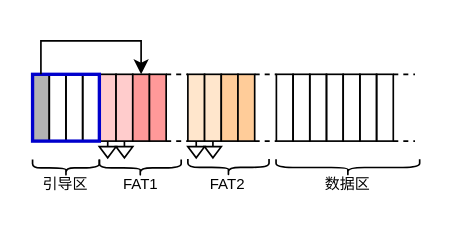
This is exp_5/assets/disk.drawio from CSharperMantle/hdu2026_os_exp, a draw.io file, before an edit. Source tidied: cells renumbered, new cells numbered last; positions are measured from the earlier drawing's top-left corner, leaving out a move shared by most shapes. Both pictures are drawn from the tidied source at 167%, with x=0, y=0 at pixel (32, 40).
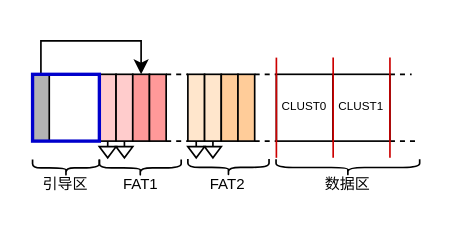
After the change.

Commit message (it also covers changes not shown here):
exp_5: Update report figures and wording

The change refers to these unchanged cells:
```xml
<mxCell id="2" style="rounded=0;whiteSpace=wrap;html=1;fillColor=#B3B3B3;strokeColor=#000000;" parent="1" vertex="1">
  <mxGeometry y="20" width="10" height="40" as="geometry" />
</mxCell>
<mxCell id="6" style="rounded=0;whiteSpace=wrap;html=1;fillColor=#FFCCCC;strokeColor=#000000;" parent="1" vertex="1">
  <mxGeometry x="40" y="20" width="10" height="40" as="geometry" />
</mxCell>
```

Diff of the diagram source:
```diff
@@
-    <mxCell id="3" style="rounded=0;whiteSpace=wrap;html=1;fillColor=none;strokeColor=#000000;" parent="1" vertex="1">
-      <mxGeometry x="10" y="20" width="10" height="40" as="geometry" />
-    </mxCell>
-    <mxCell id="4" style="rounded=0;whiteSpace=wrap;html=1;fillColor=none;strokeColor=#000000;" parent="1" vertex="1">
-      <mxGeometry x="20" y="20" width="10" height="40" as="geometry" />
-    </mxCell>
-    <mxCell id="5" style="rounded=0;whiteSpace=wrap;html=1;fillColor=none;strokeColor=#000000;" parent="1" vertex="1">
-      <mxGeometry x="30" y="20" width="10" height="40" as="geometry" />
-    </mxCell>
@@
-    <mxCell id="14" style="rounded=0;whiteSpace=wrap;html=1;fillColor=none;strokeColor=#000000;" parent="1" vertex="1">
-      <mxGeometry x="146" y="20" width="10" height="40" as="geometry" />
+    <mxCell id="14" value="CLUST0" style="rounded=0;whiteSpace=wrap;html=1;fillColor=none;strokeColor=#000000;fontSize=7;" parent="1" vertex="1">
+      <mxGeometry x="146" y="20" width="34" height="40" as="geometry" />
     </mxCell>
-    <mxCell id="15" style="rounded=0;whiteSpace=wrap;html=1;fillColor=none;strokeColor=#000000;" parent="1" vertex="1">
-      <mxGeometry x="156" y="20" width="10" height="40" as="geometry" />
-    </mxCell>
-    <mxCell id="16" style="rounded=0;whiteSpace=wrap;html=1;fillColor=none;strokeColor=#000000;" parent="1" vertex="1">
-      <mxGeometry x="166" y="20" width="10" height="40" as="geometry" />
-    </mxCell>
-    <mxCell id="17" style="rounded=0;whiteSpace=wrap;html=1;fillColor=none;strokeColor=#000000;" parent="1" vertex="1">
-      <mxGeometry x="176" y="20" width="10" height="40" as="geometry" />
-    </mxCell>
-    <mxCell id="18" style="rounded=0;whiteSpace=wrap;html=1;fillColor=none;strokeColor=#000000;" parent="1" vertex="1">
-      <mxGeometry x="186" y="20" width="10" height="40" as="geometry" />
-    </mxCell>
-    <mxCell id="19" style="rounded=0;whiteSpace=wrap;html=1;fillColor=none;strokeColor=#000000;" parent="1" vertex="1">
-      <mxGeometry x="196" y="20" width="10" height="40" as="geometry" />
-    </mxCell>
-    <mxCell id="20" style="rounded=0;whiteSpace=wrap;html=1;fillColor=none;strokeColor=#000000;" parent="1" vertex="1">
-      <mxGeometry x="206" y="20" width="10" height="40" as="geometry" />
-    </mxCell>
-    <mxCell id="21" style="rounded=0;whiteSpace=wrap;html=1;fillColor=none;strokeColor=#0000CC;strokeWidth=2;" parent="1" vertex="1">
-      <mxGeometry y="20" width="40" height="40" as="geometry" />
-    </mxCell>
@@
-    <mxCell id="39" style="endArrow=none;html=1;rounded=0;exitX=1;exitY=0;exitDx=0;exitDy=0;entryX=0;entryY=0;entryDx=0;entryDy=0;dashed=1;" parent="1" edge="1">
+    <mxCell id="39" style="endArrow=none;html=1;rounded=0;exitX=1;exitY=0;exitDx=0;exitDy=0;entryX=0;entryY=0;entryDx=0;entryDy=0;dashed=1;" parent="1" edge="1" source="44">
       <mxGeometry relative="1" as="geometry">
-        <mxPoint x="216" y="20" as="sourcePoint" />
-        <mxPoint x="229" y="20" as="targetPoint" />
+        <mxPoint x="227" y="20" as="targetPoint" />
       </mxGeometry>
     </mxCell>
-    <mxCell id="40" style="endArrow=none;html=1;rounded=0;dashed=1;" parent="1" edge="1">
+    <mxCell id="40" style="endArrow=none;html=1;rounded=0;dashed=1;exitX=1;exitY=1;exitDx=0;exitDy=0;" parent="1" edge="1" source="44">
       <mxGeometry relative="1" as="geometry">
-        <mxPoint x="216" y="60" as="sourcePoint" />
         <mxPoint x="229" y="60" as="targetPoint" />
       </mxGeometry>
     </mxCell>
+    <mxCell id="41" style="endArrow=none;html=1;rounded=0;exitX=1;exitY=0;exitDx=0;exitDy=0;entryX=0;entryY=0;entryDx=0;entryDy=0;" parent="1" edge="1" source="2" target="6">
+      <mxGeometry relative="1" as="geometry" />
+    </mxCell>
+    <mxCell id="42" style="endArrow=none;html=1;rounded=0;exitX=1;exitY=1;exitDx=0;exitDy=0;entryX=0;entryY=1;entryDx=0;entryDy=0;" parent="1" edge="1" source="21" target="6">
+      <mxGeometry relative="1" as="geometry" />
+    </mxCell>
+    <mxCell id="43" style="endArrow=none;html=1;rounded=0;exitX=1;exitY=1;exitDx=0;exitDy=0;entryX=0;entryY=1;entryDx=0;entryDy=0;" parent="1" edge="1" source="2" target="21">
+      <mxGeometry relative="1" as="geometry" />
+    </mxCell>
+    <mxCell id="21" style="rounded=0;whiteSpace=wrap;html=1;fillColor=none;strokeColor=#0000CC;strokeWidth=2;" parent="1" vertex="1">
+      <mxGeometry y="20" width="40" height="40" as="geometry" />
+    </mxCell>
+    <mxCell id="44" value="CLUST1" style="rounded=0;whiteSpace=wrap;html=1;fillColor=none;strokeColor=#000000;fontSize=7;" parent="1" vertex="1">
+      <mxGeometry x="180" y="20" width="34" height="40" as="geometry" />
+    </mxCell>
+    <mxCell id="45" style="endArrow=none;html=1;rounded=0;strokeColor=#CC0000;" parent="1" edge="1">
+      <mxGeometry relative="1" as="geometry">
+        <mxPoint x="146" y="70" as="sourcePoint" />
+        <mxPoint x="146" y="10" as="targetPoint" />
+      </mxGeometry>
+    </mxCell>
+    <mxCell id="46" style="endArrow=none;html=1;rounded=0;strokeColor=#CC0000;" parent="1" edge="1">
+      <mxGeometry relative="1" as="geometry">
+        <mxPoint x="180" y="70" as="sourcePoint" />
+        <mxPoint x="180" y="10" as="targetPoint" />
+      </mxGeometry>
+    </mxCell>
+    <mxCell id="47" style="endArrow=none;html=1;rounded=0;strokeColor=#CC0000;" parent="1" edge="1">
+      <mxGeometry relative="1" as="geometry">
+        <mxPoint x="214" y="70" as="sourcePoint" />
+        <mxPoint x="214" y="10" as="targetPoint" />
+      </mxGeometry>
+    </mxCell>
```
